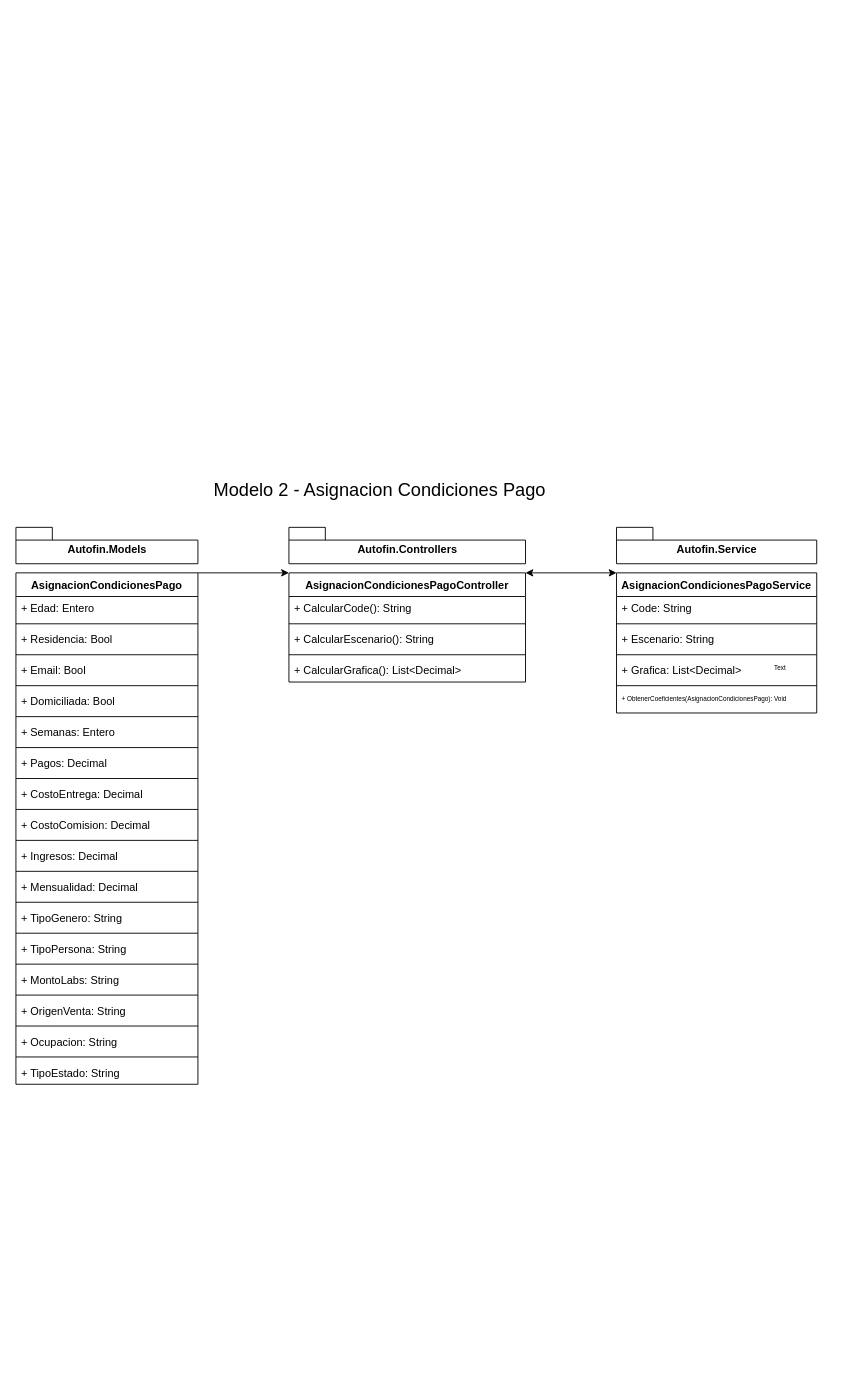
This is Diagrama sin título.drawio from AbielRC97/Examen, a draw.io file, before an edit. Source tidied: cells renumbered, new cells numbered last; positions are measured from the earlier drawing's top-left corner, leaving out a move shared by most shapes. Both pictures are drawn from the tidied source at 91%, with x=0, y=0 at pixel (15, 490).
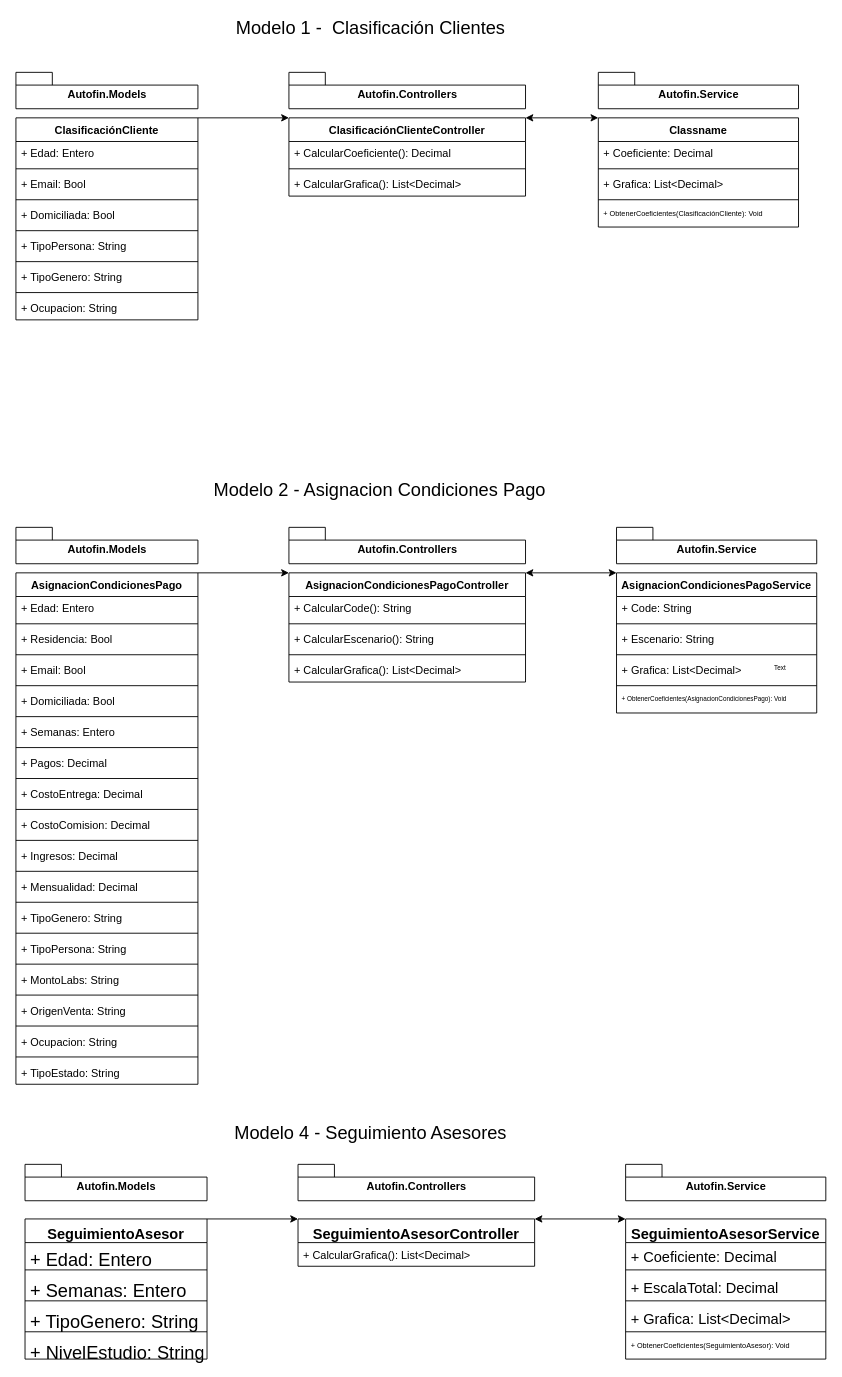
The same diagram, later.

Change to the diagram source:
```diff
@@
+    <mxCell id="55" value="&lt;div&gt;&lt;font style=&quot;font-size: 20px;&quot;&gt;Modelo 1 -&amp;nbsp; Clasificación Clientes&lt;br&gt;&lt;/font&gt;&lt;/div&gt;" style="text;html=1;strokeColor=none;fillColor=none;align=center;verticalAlign=middle;whiteSpace=wrap;rounded=0;fontSize=7;" parent="1" vertex="1">
+      <mxGeometry x="30" y="-520" width="720" height="20" as="geometry" />
+    </mxCell>
+    <mxCell id="56" value="Autofin.Models" style="shape=folder;fontStyle=1;spacingTop=10;tabWidth=40;tabHeight=14;tabPosition=left;html=1;" parent="1" vertex="1">
+      <mxGeometry y="-460" width="200" height="40" as="geometry" />
+    </mxCell>
+    <mxCell id="57" value="Autofin.Controllers" style="shape=folder;fontStyle=1;spacingTop=10;tabWidth=40;tabHeight=14;tabPosition=left;html=1;" parent="1" vertex="1">
+      <mxGeometry x="300" y="-460" width="260" height="40" as="geometry" />
+    </mxCell>
+    <mxCell id="58" value="Autofin.Service" style="shape=folder;fontStyle=1;spacingTop=10;tabWidth=40;tabHeight=14;tabPosition=left;html=1;" parent="1" vertex="1">
+      <mxGeometry x="640" y="-460" width="220" height="40" as="geometry" />
+    </mxCell>
+    <mxCell id="59" value="ClasificaciónCliente" style="swimlane;fontStyle=1;align=center;verticalAlign=top;horizontal=1;startSize=26;fontSize=12;" parent="1" vertex="1">
+      <mxGeometry y="-410" width="200" height="222" as="geometry" />
+    </mxCell>
+    <mxCell id="60" value="+ Edad: Entero" style="text;strokeColor=none;fillColor=none;align=left;verticalAlign=top;spacingLeft=4;spacingRight=4;overflow=hidden;fontSize=12;" parent="59" vertex="1">
+      <mxGeometry y="26" width="200" height="26" as="geometry" />
+    </mxCell>
+    <mxCell id="61" style="line;strokeWidth=1;fillColor=none;align=left;verticalAlign=middle;spacingTop=-1;spacingLeft=3;spacingRight=3;labelPosition=right;strokeColor=inherit;fontSize=20;" parent="59" vertex="1">
+      <mxGeometry y="52" width="200" height="8" as="geometry" />
+    </mxCell>
+    <mxCell id="62" value="+ Email: Bool&#10;" style="text;strokeColor=none;fillColor=none;align=left;verticalAlign=top;spacingLeft=4;spacingRight=4;overflow=hidden;fontSize=12;" parent="59" vertex="1">
+      <mxGeometry y="60" width="200" height="26" as="geometry" />
+    </mxCell>
+    <mxCell id="63" style="line;strokeWidth=1;fillColor=none;align=left;verticalAlign=middle;spacingTop=-1;spacingLeft=3;spacingRight=3;labelPosition=right;strokeColor=inherit;fontSize=12;" parent="59" vertex="1">
+      <mxGeometry y="86" width="200" height="8" as="geometry" />
+    </mxCell>
+    <mxCell id="64" value="+ Domiciliada: Bool&#10;" style="text;strokeColor=none;fillColor=none;align=left;verticalAlign=top;spacingLeft=4;spacingRight=4;overflow=hidden;fontSize=12;" parent="59" vertex="1">
+      <mxGeometry y="94" width="200" height="26" as="geometry" />
+    </mxCell>
+    <mxCell id="65" style="line;strokeWidth=1;fillColor=none;align=left;verticalAlign=middle;spacingTop=-1;spacingLeft=3;spacingRight=3;labelPosition=right;strokeColor=inherit;fontSize=12;" parent="59" vertex="1">
+      <mxGeometry y="120" width="200" height="8" as="geometry" />
+    </mxCell>
+    <mxCell id="66" value="+ TipoPersona: String&#10;" style="text;strokeColor=none;fillColor=none;align=left;verticalAlign=top;spacingLeft=4;spacingRight=4;overflow=hidden;fontSize=12;" parent="59" vertex="1">
+      <mxGeometry y="128" width="200" height="26" as="geometry" />
+    </mxCell>
+    <mxCell id="67" style="line;strokeWidth=1;fillColor=none;align=left;verticalAlign=middle;spacingTop=-1;spacingLeft=3;spacingRight=3;labelPosition=right;strokeColor=inherit;fontSize=12;" parent="59" vertex="1">
+      <mxGeometry y="154" width="200" height="8" as="geometry" />
+    </mxCell>
+    <mxCell id="68" value="+ TipoGenero: String&#10;" style="text;strokeColor=none;fillColor=none;align=left;verticalAlign=top;spacingLeft=4;spacingRight=4;overflow=hidden;fontSize=12;" parent="59" vertex="1">
+      <mxGeometry y="162" width="200" height="26" as="geometry" />
+    </mxCell>
+    <mxCell id="69" style="line;strokeWidth=1;fillColor=none;align=left;verticalAlign=middle;spacingTop=-1;spacingLeft=3;spacingRight=3;labelPosition=right;strokeColor=inherit;fontSize=12;" parent="59" vertex="1">
+      <mxGeometry y="188" width="200" height="8" as="geometry" />
+    </mxCell>
+    <mxCell id="70" value="+ Ocupacion: String&#10;" style="text;strokeColor=none;fillColor=none;align=left;verticalAlign=top;spacingLeft=4;spacingRight=4;overflow=hidden;fontSize=12;" parent="59" vertex="1">
+      <mxGeometry y="196" width="200" height="26" as="geometry" />
+    </mxCell>
+    <mxCell id="71" value="ClasificaciónClienteController&#10;" style="swimlane;fontStyle=1;align=center;verticalAlign=top;horizontal=1;startSize=26;fontSize=12;" parent="1" vertex="1">
+      <mxGeometry x="300" y="-410" width="260" height="86" as="geometry" />
+    </mxCell>
+    <mxCell id="72" value="+ CalcularCoeficiente(): Decimal&#10;" style="text;strokeColor=none;fillColor=none;align=left;verticalAlign=top;spacingLeft=4;spacingRight=4;overflow=hidden;fontSize=12;" parent="71" vertex="1">
+      <mxGeometry y="26" width="260" height="26" as="geometry" />
+    </mxCell>
+    <mxCell id="73" style="line;strokeWidth=1;fillColor=none;align=left;verticalAlign=middle;spacingTop=-1;spacingLeft=3;spacingRight=3;labelPosition=right;strokeColor=inherit;fontSize=12;" parent="71" vertex="1">
+      <mxGeometry y="52" width="260" height="8" as="geometry" />
+    </mxCell>
+    <mxCell id="74" value="+ CalcularGrafica(): List&lt;Decimal&gt;&#10;" style="text;strokeColor=none;fillColor=none;align=left;verticalAlign=top;spacingLeft=4;spacingRight=4;overflow=hidden;fontSize=12;" parent="71" vertex="1">
+      <mxGeometry y="60" width="260" height="26" as="geometry" />
+    </mxCell>
+    <mxCell id="75" value="Classname" style="swimlane;fontStyle=1;align=center;verticalAlign=top;horizontal=1;startSize=26;fontSize=12;" parent="1" vertex="1">
+      <mxGeometry x="640" y="-410" width="220" height="120" as="geometry" />
+    </mxCell>
+    <mxCell id="76" value="+ Coeficiente: Decimal&#10;" style="text;strokeColor=none;fillColor=none;align=left;verticalAlign=top;spacingLeft=4;spacingRight=4;overflow=hidden;fontSize=12;" parent="75" vertex="1">
+      <mxGeometry y="26" width="220" height="26" as="geometry" />
+    </mxCell>
+    <mxCell id="77" style="line;strokeWidth=1;fillColor=none;align=left;verticalAlign=middle;spacingTop=-1;spacingLeft=3;spacingRight=3;labelPosition=right;strokeColor=inherit;fontSize=12;" parent="75" vertex="1">
+      <mxGeometry y="52" width="220" height="8" as="geometry" />
+    </mxCell>
+    <mxCell id="78" value="+ Grafica: List&lt;Decimal&gt;&#10;" style="text;strokeColor=none;fillColor=none;align=left;verticalAlign=top;spacingLeft=4;spacingRight=4;overflow=hidden;fontSize=12;" parent="75" vertex="1">
+      <mxGeometry y="60" width="220" height="26" as="geometry" />
+    </mxCell>
+    <mxCell id="79" style="line;strokeWidth=1;fillColor=none;align=left;verticalAlign=middle;spacingTop=-1;spacingLeft=3;spacingRight=3;labelPosition=right;strokeColor=inherit;fontSize=12;" parent="75" vertex="1">
+      <mxGeometry y="86" width="220" height="8" as="geometry" />
+    </mxCell>
+    <mxCell id="80" value="+ ObtenerCoeficientes(ClasificaciónCliente): Void&#10;" style="text;strokeColor=none;fillColor=none;align=left;verticalAlign=top;spacingLeft=4;spacingRight=4;overflow=hidden;fontSize=8;" parent="75" vertex="1">
+      <mxGeometry y="94" width="220" height="26" as="geometry" />
+    </mxCell>
+    <mxCell id="81" style="endArrow=classic;html=1;rounded=0;fontSize=8;exitX=1;exitY=0;exitDx=0;exitDy=0;entryX=0;entryY=0;entryDx=0;entryDy=0;" parent="1" edge="1" source="59" target="71">
+      <mxGeometry relative="1" as="geometry" />
+    </mxCell>
+    <mxCell id="82" style="endArrow=classic;startArrow=classic;html=1;rounded=0;fontSize=8;entryX=0;entryY=0;entryDx=0;entryDy=0;exitX=1;exitY=0;exitDx=0;exitDy=0;" parent="1" edge="1" source="71" target="75">
+      <mxGeometry relative="1" as="geometry" />
+    </mxCell>
+    <mxCell id="83" value="&lt;div style=&quot;font-size: 20px;&quot;&gt;&lt;font style=&quot;font-size: 20px;&quot;&gt;Modelo 4 - Seguimiento Asesores&lt;br&gt;&lt;/font&gt;&lt;div&gt;&lt;table style=&quot;border-collapse:collapse;width:158pt&quot; width=&quot;210&quot;&gt;&lt;colgroup&gt;&lt;col style=&quot;width:48pt&quot; width=&quot;64&quot; span=&quot;2&quot;&gt;&lt;col style=&quot;width:62pt&quot; width=&quot;82&quot;&gt;&lt;/colgroup&gt;&lt;tbody&gt;&lt;tr style=&quot;height:15.0pt&quot; height=&quot;20&quot;&gt;&lt;td style=&quot;width:158pt;height:15.0pt&quot; class=&quot;xl59&quot; colspan=&quot;3&quot; width=&quot;210&quot; height=&quot;20&quot;&gt;&lt;br&gt;&lt;/td&gt;&lt;/tr&gt;&lt;/tbody&gt;&lt;/table&gt;&lt;/div&gt;&lt;/div&gt;&lt;div style=&quot;font-size: 20px;&quot;&gt;&lt;font style=&quot;font-size: 20px;&quot;&gt;&lt;br&gt;&lt;/font&gt;&lt;/div&gt;" style="text;html=1;strokeColor=none;fillColor=none;align=center;verticalAlign=middle;whiteSpace=wrap;rounded=0;fontSize=7;" parent="1" vertex="1">
+      <mxGeometry x="30" y="720" width="720" height="20" as="geometry" />
+    </mxCell>
+    <mxCell id="84" value="Autofin.Models" style="shape=folder;fontStyle=1;spacingTop=10;tabWidth=40;tabHeight=14;tabPosition=left;html=1;" parent="1" vertex="1">
+      <mxGeometry x="10" y="740" width="200" height="40" as="geometry" />
+    </mxCell>
+    <mxCell id="85" value="Autofin.Controllers" style="shape=folder;fontStyle=1;spacingTop=10;tabWidth=40;tabHeight=14;tabPosition=left;html=1;" parent="1" vertex="1">
+      <mxGeometry x="310" y="740" width="260" height="40" as="geometry" />
+    </mxCell>
+    <mxCell id="86" value="Autofin.Service" style="shape=folder;fontStyle=1;spacingTop=10;tabWidth=40;tabHeight=14;tabPosition=left;html=1;" parent="1" vertex="1">
+      <mxGeometry x="670" y="740" width="220" height="40" as="geometry" />
+    </mxCell>
+    <mxCell id="87" value="SeguimientoAsesor" style="swimlane;fontStyle=1;align=center;verticalAlign=top;horizontal=1;startSize=26;fontSize=16;" parent="1" vertex="1">
+      <mxGeometry x="10" y="800" width="200" height="154" as="geometry" />
+    </mxCell>
+    <mxCell id="88" value="+ Edad: Entero&#10;" style="text;strokeColor=none;fillColor=none;align=left;verticalAlign=top;spacingLeft=4;spacingRight=4;overflow=hidden;fontSize=20;" parent="87" vertex="1">
+      <mxGeometry y="26" width="200" height="26" as="geometry" />
+    </mxCell>
+    <mxCell id="89" style="line;strokeWidth=1;fillColor=none;align=left;verticalAlign=middle;spacingTop=-1;spacingLeft=3;spacingRight=3;labelPosition=right;strokeColor=inherit;fontSize=20;" parent="87" vertex="1">
+      <mxGeometry y="52" width="200" height="8" as="geometry" />
+    </mxCell>
+    <mxCell id="90" value="+ Semanas: Entero&#10;" style="text;strokeColor=none;fillColor=none;align=left;verticalAlign=top;spacingLeft=4;spacingRight=4;overflow=hidden;fontSize=20;" parent="87" vertex="1">
+      <mxGeometry y="60" width="200" height="26" as="geometry" />
+    </mxCell>
+    <mxCell id="91" style="line;strokeWidth=1;fillColor=none;align=left;verticalAlign=middle;spacingTop=-1;spacingLeft=3;spacingRight=3;labelPosition=right;strokeColor=inherit;fontSize=20;" parent="87" vertex="1">
+      <mxGeometry y="86" width="200" height="8" as="geometry" />
+    </mxCell>
+    <mxCell id="92" value="+ TipoGenero: String&#10;" style="text;strokeColor=none;fillColor=none;align=left;verticalAlign=top;spacingLeft=4;spacingRight=4;overflow=hidden;fontSize=20;" parent="87" vertex="1">
+      <mxGeometry y="94" width="200" height="26" as="geometry" />
+    </mxCell>
+    <mxCell id="93" style="line;strokeWidth=1;fillColor=none;align=left;verticalAlign=middle;spacingTop=-1;spacingLeft=3;spacingRight=3;labelPosition=right;strokeColor=inherit;fontSize=20;" parent="87" vertex="1">
+      <mxGeometry y="120" width="200" height="8" as="geometry" />
+    </mxCell>
+    <mxCell id="94" value="+ NivelEstudio: String&#10;" style="text;strokeColor=none;fillColor=none;align=left;verticalAlign=top;spacingLeft=4;spacingRight=4;overflow=hidden;fontSize=20;" parent="87" vertex="1">
+      <mxGeometry y="128" width="200" height="26" as="geometry" />
+    </mxCell>
+    <mxCell id="95" value="SeguimientoAsesorController" style="swimlane;fontStyle=1;align=center;verticalAlign=top;horizontal=1;startSize=26;fontSize=16;" parent="1" vertex="1">
+      <mxGeometry x="310" y="800" width="260" height="52" as="geometry" />
+    </mxCell>
+    <mxCell id="96" value="+ CalcularGrafica(): List&lt;Decimal&gt;&#10;" style="text;strokeColor=none;fillColor=none;align=left;verticalAlign=top;spacingLeft=4;spacingRight=4;overflow=hidden;fontSize=12;" parent="95" vertex="1">
+      <mxGeometry y="26" width="260" height="26" as="geometry" />
+    </mxCell>
+    <mxCell id="97" value="SeguimientoAsesorService&#10;" style="swimlane;fontStyle=1;align=center;verticalAlign=top;horizontal=1;startSize=26;fontSize=16;" parent="1" vertex="1">
+      <mxGeometry x="670" y="800" width="220" height="154" as="geometry" />
+    </mxCell>
+    <mxCell id="98" value="+ Coeficiente: Decimal&#10;" style="text;strokeColor=none;fillColor=none;align=left;verticalAlign=top;spacingLeft=4;spacingRight=4;overflow=hidden;fontSize=16;" parent="97" vertex="1">
+      <mxGeometry y="26" width="220" height="26" as="geometry" />
+    </mxCell>
+    <mxCell id="99" style="line;strokeWidth=1;fillColor=none;align=left;verticalAlign=middle;spacingTop=-1;spacingLeft=3;spacingRight=3;labelPosition=right;strokeColor=inherit;fontSize=16;" parent="97" vertex="1">
+      <mxGeometry y="52" width="220" height="8" as="geometry" />
+    </mxCell>
+    <mxCell id="100" value="+ EscalaTotal: Decimal&#10;" style="text;strokeColor=none;fillColor=none;align=left;verticalAlign=top;spacingLeft=4;spacingRight=4;overflow=hidden;fontSize=16;" parent="97" vertex="1">
+      <mxGeometry y="60" width="220" height="26" as="geometry" />
+    </mxCell>
+    <mxCell id="101" style="line;strokeWidth=1;fillColor=none;align=left;verticalAlign=middle;spacingTop=-1;spacingLeft=3;spacingRight=3;labelPosition=right;strokeColor=inherit;fontSize=16;" parent="97" vertex="1">
+      <mxGeometry y="86" width="220" height="8" as="geometry" />
+    </mxCell>
+    <mxCell id="102" value="+ Grafica: List&lt;Decimal&gt;&#10;" style="text;strokeColor=none;fillColor=none;align=left;verticalAlign=top;spacingLeft=4;spacingRight=4;overflow=hidden;fontSize=16;" parent="97" vertex="1">
+      <mxGeometry y="94" width="220" height="26" as="geometry" />
+    </mxCell>
+    <mxCell id="103" style="line;strokeWidth=1;fillColor=none;align=left;verticalAlign=middle;spacingTop=-1;spacingLeft=3;spacingRight=3;labelPosition=right;strokeColor=inherit;fontSize=16;" parent="97" vertex="1">
+      <mxGeometry y="120" width="220" height="8" as="geometry" />
+    </mxCell>
+    <mxCell id="104" value="+ ObtenerCoeficientes(SeguimientoAsesor): Void" style="text;strokeColor=none;fillColor=none;align=left;verticalAlign=top;spacingLeft=4;spacingRight=4;overflow=hidden;fontSize=8;" parent="97" vertex="1">
+      <mxGeometry y="128" width="220" height="26" as="geometry" />
+    </mxCell>
+    <mxCell id="105" style="endArrow=classic;html=1;rounded=0;fontSize=8;exitX=1;exitY=0;exitDx=0;exitDy=0;entryX=0;entryY=0;entryDx=0;entryDy=0;" parent="1" edge="1" source="87" target="95">
+      <mxGeometry relative="1" as="geometry" />
+    </mxCell>
+    <mxCell id="106" style="endArrow=classic;startArrow=classic;html=1;rounded=0;fontSize=8;exitX=1;exitY=0;exitDx=0;exitDy=0;entryX=0;entryY=0;entryDx=0;entryDy=0;" parent="1" edge="1" source="95" target="97">
+      <mxGeometry relative="1" as="geometry" />
+    </mxCell>
```
